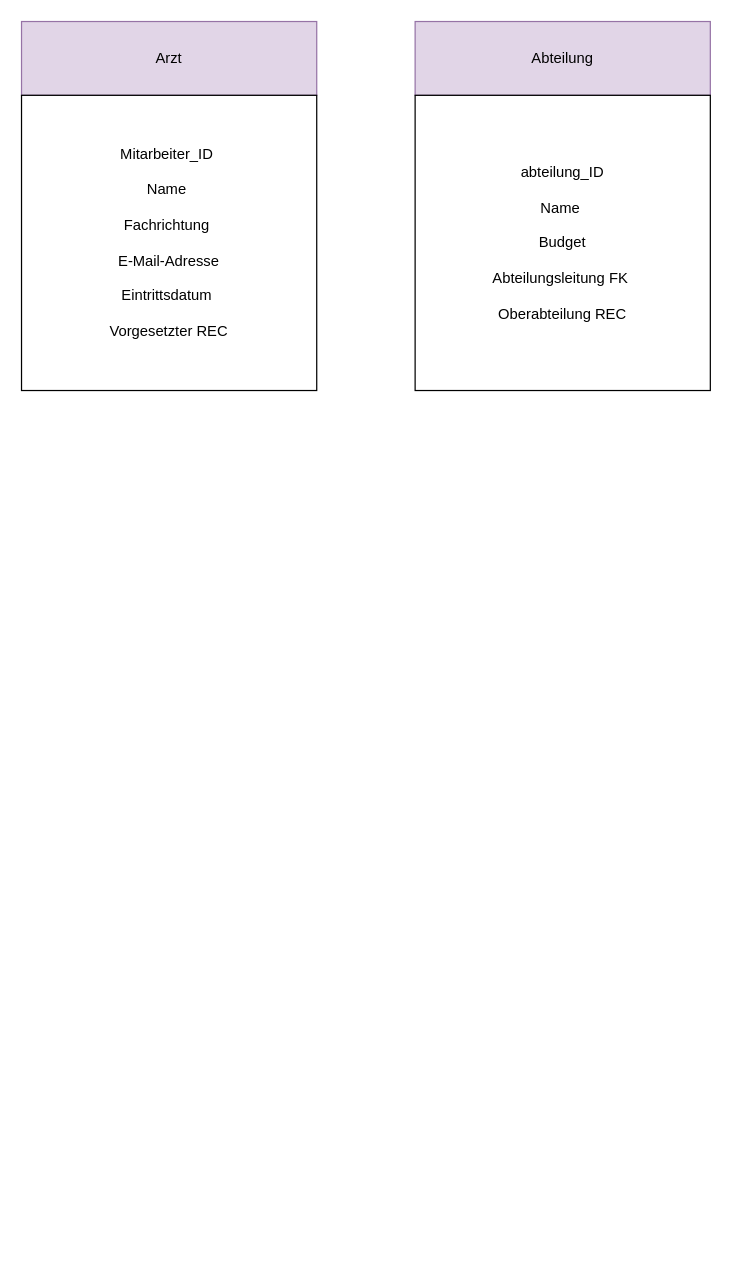
Before: aufgabe04/Aufgabe_B.drawio in contraintuitiv/datenbanksysteme, a draw.io diagram. Source tidied: cells renumbered, new cells numbered last; positions are measured from the earlier drawing's top-left corner, leaving out a move shared by most shapes. Both pictures are drawn from the tidied source at 123%, with x=0, y=0 at pixel (21, 21).
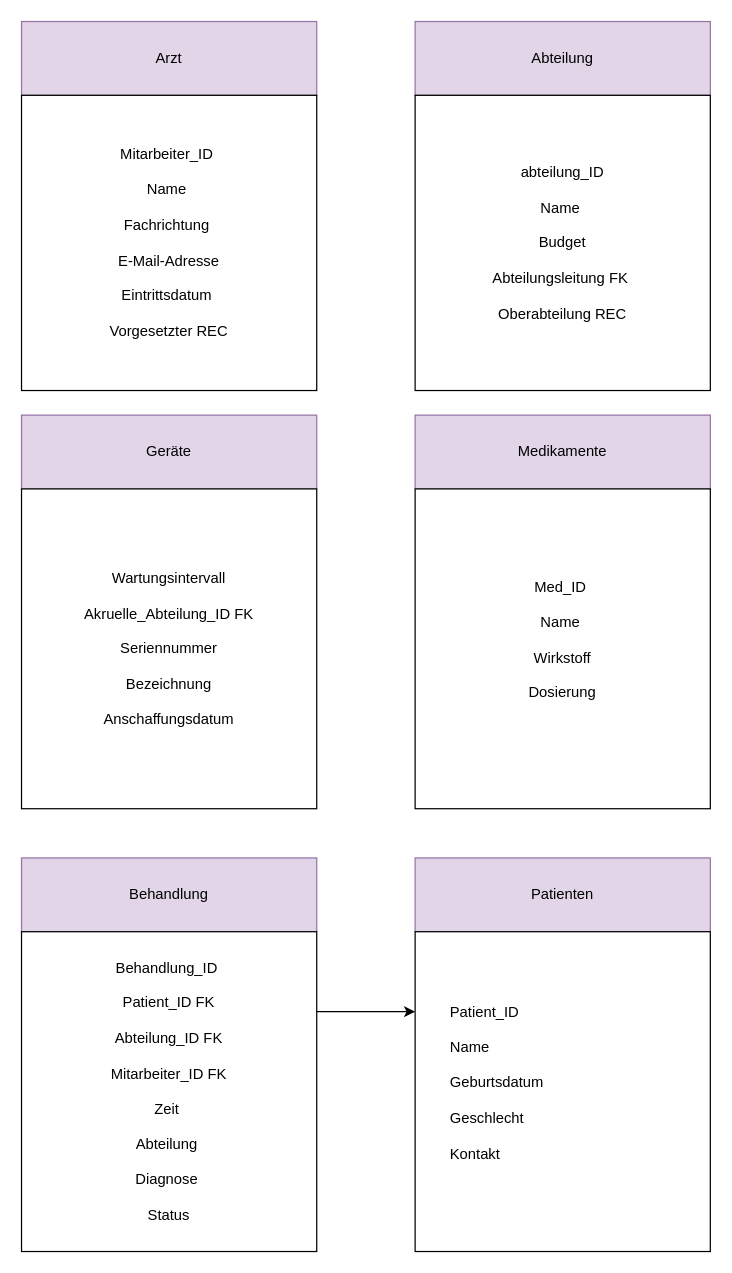
Above is the later version.

What changed in the source:
```diff
@@
 <mxGraphModel>
   <root>
     <mxCell id="0" />
     <mxCell id="1" parent="0" />
     <mxCell id="2" value="Arzt" style="rounded=0;whiteSpace=wrap;html=1;fillColor=#e1d5e7;strokeColor=#9673a6;" parent="1" vertex="1">
       <mxGeometry width="240" height="60" as="geometry" />
     </mxCell>
     <mxCell id="3" value="Mitarbeiter_ID&amp;nbsp;&lt;div&gt;&lt;br&gt;&lt;div&gt;Name&amp;nbsp;&lt;/div&gt;&lt;div&gt;&lt;br&gt;&lt;/div&gt;&lt;div&gt;Fachrichtung&amp;nbsp;&lt;/div&gt;&lt;div&gt;&lt;br&gt;&lt;/div&gt;&lt;div&gt;E-Mail-Adresse&lt;/div&gt;&lt;div&gt;&lt;br&gt;&lt;/div&gt;&lt;div&gt;Eintrittsdatum&amp;nbsp;&lt;/div&gt;&lt;div&gt;&lt;br&gt;&lt;/div&gt;&lt;div&gt;Vorgesetzter REC&lt;/div&gt;&lt;/div&gt;" style="whiteSpace=wrap;html=1;" parent="1" vertex="1">
       <mxGeometry y="60" width="240" height="240" as="geometry" />
     </mxCell>
     <mxCell id="4" value="Abteilung" style="rounded=0;whiteSpace=wrap;html=1;fillColor=#e1d5e7;strokeColor=#9673a6;" parent="1" vertex="1">
       <mxGeometry x="320" width="240" height="60" as="geometry" />
     </mxCell>
     <mxCell id="5" value="abteilung_ID&lt;div&gt;&lt;br&gt;&lt;/div&gt;&lt;div&gt;Name&amp;nbsp;&lt;/div&gt;&lt;div&gt;&lt;br&gt;&lt;/div&gt;&lt;div&gt;Budget&lt;/div&gt;&lt;div&gt;&lt;br&gt;&lt;/div&gt;&lt;div&gt;Abteilungsleitung FK&amp;nbsp;&lt;/div&gt;&lt;div&gt;&lt;br&gt;&lt;/div&gt;&lt;div&gt;Oberabteilung REC&lt;/div&gt;" style="whiteSpace=wrap;html=1;" parent="1" vertex="1">
       <mxGeometry x="320" y="60" width="240" height="240" as="geometry" />
     </mxCell>
+    <mxCell id="6" value="Geräte" style="rounded=0;whiteSpace=wrap;html=1;fillColor=#e1d5e7;strokeColor=#9673a6;" parent="1" vertex="1">
+      <mxGeometry y="320" width="240" height="60" as="geometry" />
+    </mxCell>
+    <mxCell id="7" value="Medikamente" style="rounded=0;whiteSpace=wrap;html=1;fillColor=#e1d5e7;strokeColor=#9673a6;" parent="1" vertex="1">
+      <mxGeometry x="320" y="320" width="240" height="60" as="geometry" />
+    </mxCell>
+    <mxCell id="8" value="Med_ID&amp;nbsp;&lt;div&gt;&lt;br&gt;&lt;/div&gt;&lt;div&gt;Name&amp;nbsp;&lt;/div&gt;&lt;div&gt;&lt;br&gt;&lt;/div&gt;&lt;div&gt;Wirkstoff&lt;/div&gt;&lt;div&gt;&lt;br&gt;&lt;/div&gt;&lt;div&gt;Dosierung&lt;/div&gt;&lt;div&gt;&lt;br&gt;&lt;/div&gt;" style="rounded=0;whiteSpace=wrap;html=1;" parent="1" vertex="1">
+      <mxGeometry x="320" y="380" width="240" height="260" as="geometry" />
+    </mxCell>
+    <mxCell id="9" value="Wartungsintervall&lt;div&gt;&lt;br&gt;&lt;/div&gt;&lt;div&gt;Akruelle_Abteilung_ID FK&lt;/div&gt;&lt;div&gt;&lt;br&gt;&lt;/div&gt;&lt;div&gt;Seriennummer&lt;/div&gt;&lt;div&gt;&lt;br&gt;&lt;/div&gt;&lt;div&gt;Bezeichnung&lt;/div&gt;&lt;div&gt;&lt;br&gt;&lt;/div&gt;&lt;div&gt;Anschaffungsdatum&lt;/div&gt;" style="rounded=0;whiteSpace=wrap;html=1;" parent="1" vertex="1">
+      <mxGeometry y="380" width="240" height="260" as="geometry" />
+    </mxCell>
+    <mxCell id="10" value="Behandlung" style="rounded=0;whiteSpace=wrap;html=1;fillColor=#e1d5e7;strokeColor=#9673a6;" parent="1" vertex="1">
+      <mxGeometry y="680" width="240" height="60" as="geometry" />
+    </mxCell>
+    <mxCell id="11" value="Patienten" style="rounded=0;whiteSpace=wrap;html=1;fillColor=#e1d5e7;strokeColor=#9673a6;" parent="1" vertex="1">
+      <mxGeometry x="320" y="680" width="240" height="60" as="geometry" />
+    </mxCell>
+    <mxCell id="12" value="&lt;div&gt;Behandlung_ID&amp;nbsp;&lt;/div&gt;&lt;div&gt;&lt;br&gt;&lt;/div&gt;&lt;div&gt;Patient_ID FK&lt;/div&gt;&lt;div&gt;&lt;br&gt;&lt;/div&gt;&lt;div&gt;Abteilung_ID FK&lt;/div&gt;&lt;div&gt;&lt;br&gt;&lt;/div&gt;&lt;div&gt;Mitarbeiter_ID FK&lt;/div&gt;&lt;div&gt;&lt;br&gt;&lt;/div&gt;&lt;div&gt;Zeit&amp;nbsp;&lt;/div&gt;&lt;div&gt;&lt;br&gt;&lt;/div&gt;&lt;div&gt;Abteilung&amp;nbsp;&lt;/div&gt;&lt;div&gt;&lt;br&gt;&lt;/div&gt;&lt;div&gt;Diagnose&amp;nbsp;&lt;/div&gt;&lt;div&gt;&lt;br&gt;&lt;/div&gt;&lt;div&gt;Status&lt;/div&gt;" style="rounded=0;whiteSpace=wrap;html=1;" parent="1" vertex="1">
+      <mxGeometry y="740" width="240" height="260" as="geometry" />
+    </mxCell>
+    <mxCell id="13" value="&lt;div&gt;&lt;span style=&quot;white-space: pre;&quot;&gt;&#9;&lt;/span&gt;Patient_ID&lt;/div&gt;&lt;div&gt;&lt;br&gt;&lt;/div&gt;&lt;div&gt;&lt;span style=&quot;white-space: pre;&quot;&gt;&#9;&lt;/span&gt;Name&amp;nbsp;&lt;/div&gt;&lt;div&gt;&lt;br&gt;&lt;/div&gt;&lt;div&gt;&lt;span style=&quot;white-space: pre;&quot;&gt;&#9;&lt;/span&gt;Geburtsdatum&amp;nbsp;&lt;/div&gt;&lt;div&gt;&lt;br&gt;&lt;/div&gt;&lt;div&gt;&lt;span style=&quot;white-space: pre;&quot;&gt;&#9;&lt;/span&gt;Geschlecht&amp;nbsp;&lt;/div&gt;&lt;div&gt;&lt;br&gt;&lt;/div&gt;&lt;div&gt;&lt;span style=&quot;white-space: pre;&quot;&gt;&#9;&lt;/span&gt;Kontakt&amp;nbsp;&lt;/div&gt;&lt;div&gt;&lt;br&gt;&lt;/div&gt;" style="rounded=0;whiteSpace=wrap;html=1;align=left;" parent="1" vertex="1">
+      <mxGeometry x="320" y="740" width="240" height="260" as="geometry" />
+    </mxCell>
+    <mxCell id="14" style="endArrow=classic;html=1;rounded=0;entryX=0;entryY=0.25;entryDx=0;entryDy=0;exitX=1;exitY=0.25;exitDx=0;exitDy=0;" parent="1" edge="1" source="12" target="13">
+      <mxGeometry relative="1" as="geometry" />
+    </mxCell>
   </root>
 </mxGraphModel>
```
